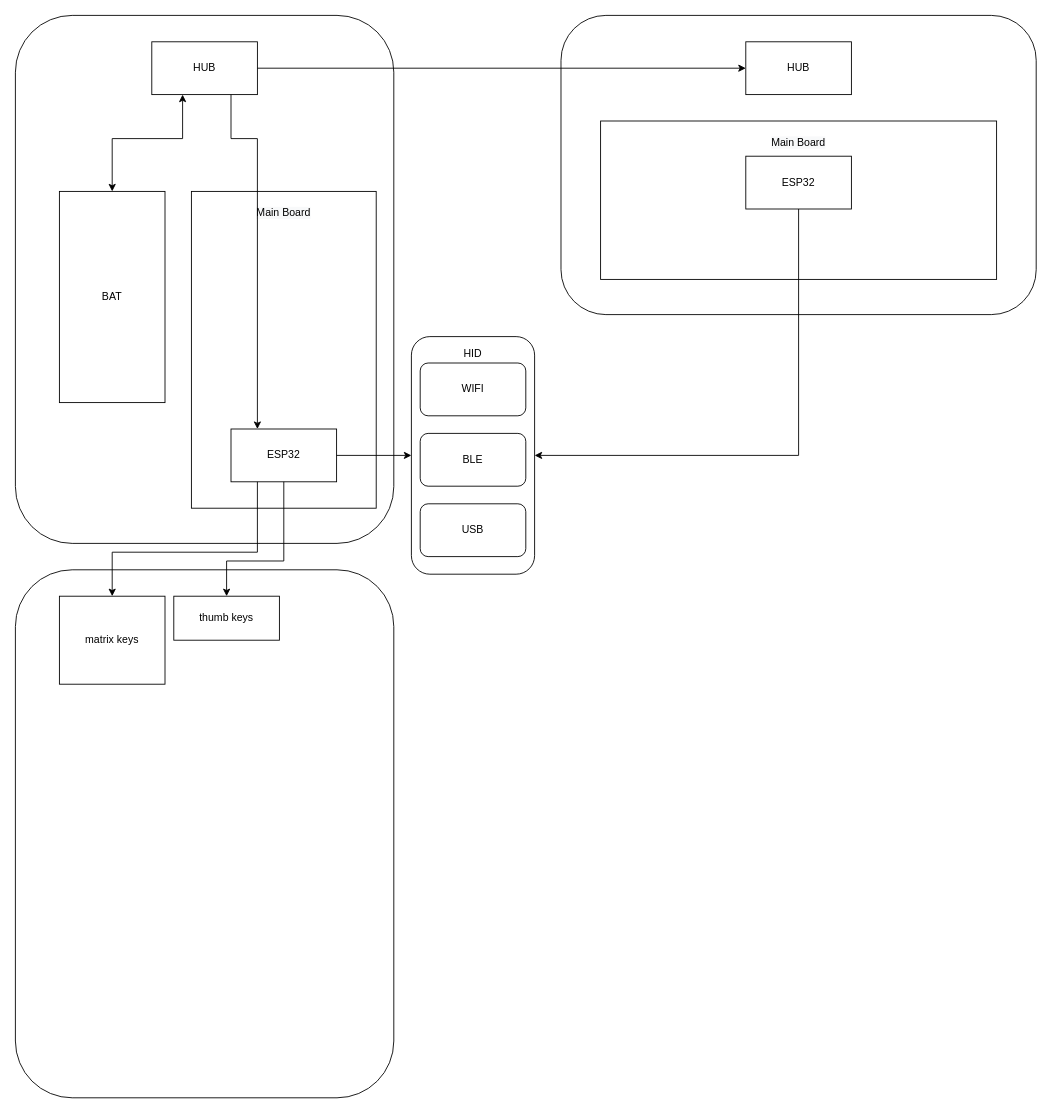
Before: MMKeyboard.drawio in XiaoLiuAI/diagrams, a draw.io diagram. Source tidied: cells renumbered, new cells numbered last; positions are measured from the earlier drawing's top-left corner, leaving out a move shared by most shapes. Both pictures are drawn from the tidied source at 88%, with x=0, y=0 at pixel (15, 15).
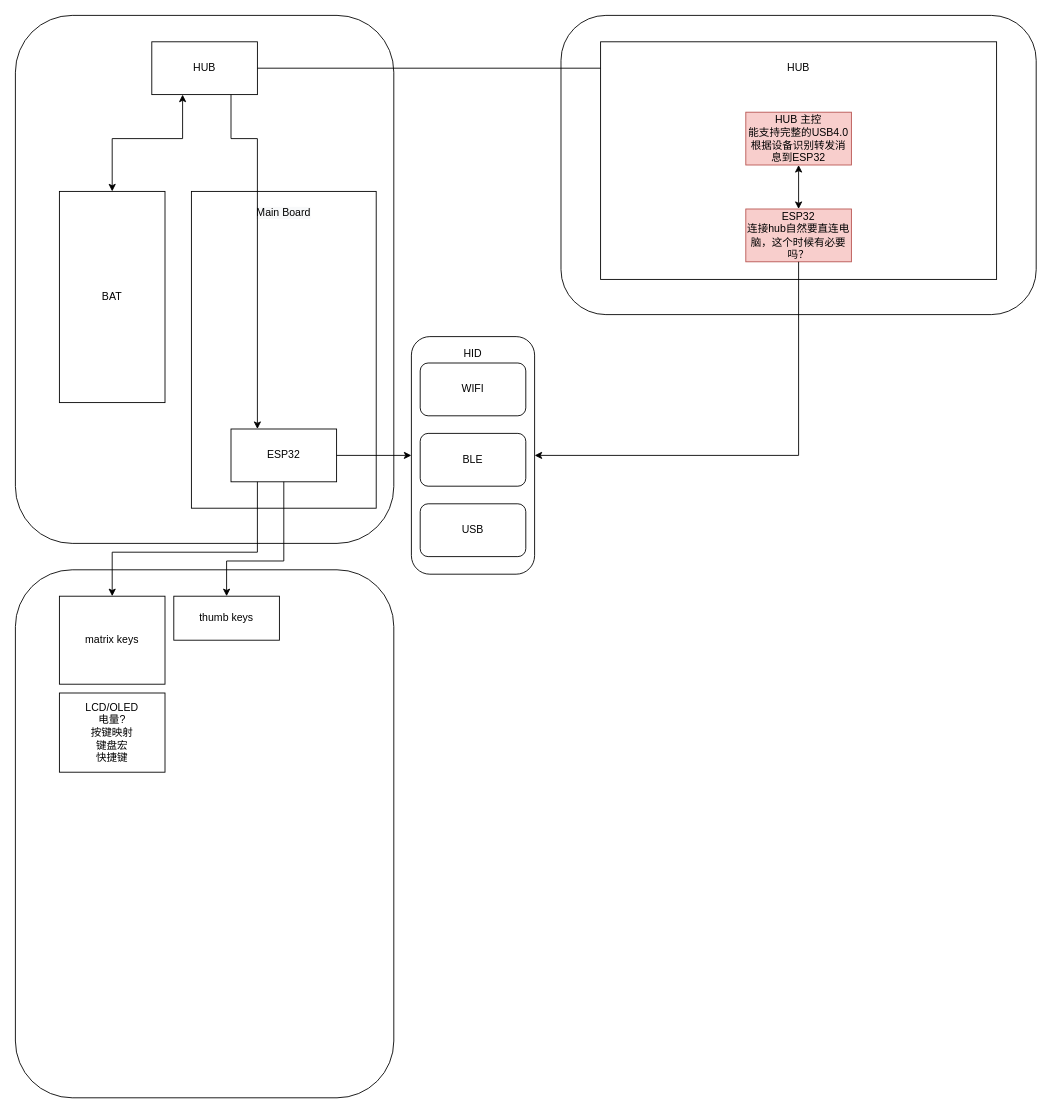
The same page after the edit.

The change refers to these unchanged cells:
```xml
<mxCell id="4" value="HUB" style="rounded=0;whiteSpace=wrap;html=1;" parent="1" vertex="1">
  <mxGeometry x="155" y="30" width="120" height="60" as="geometry" />
</mxCell>
```

Diff of the diagram source:
```diff
@@
-    <mxCell id="24" value="HUB" style="rounded=0;whiteSpace=wrap;html=1;" parent="1" vertex="1">
-      <mxGeometry x="830" y="30" width="120" height="60" as="geometry" />
-    </mxCell>
-    <mxCell id="25" style="endArrow=classic;html=1;rounded=0;exitX=1;exitY=0.5;exitDx=0;exitDy=0;entryX=0;entryY=0.5;entryDx=0;entryDy=0;" parent="1" edge="1" source="4" target="24">
-      <mxGeometry relative="1" as="geometry" />
+    <mxCell id="25" style="endArrow=classic;html=1;rounded=0;exitX=1;exitY=0.5;exitDx=0;exitDy=0;entryX=0;entryY=0.5;entryDx=0;entryDy=0;" parent="1" edge="1" source="4">
+      <mxGeometry relative="1" as="geometry">
+        <mxPoint x="830" y="60" as="targetPoint" />
+      </mxGeometry>
     </mxCell>
     <mxCell id="26" style="rounded=0;whiteSpace=wrap;html=1;" parent="1" vertex="1">
-      <mxGeometry x="665" y="120" width="450" height="180" as="geometry" />
+      <mxGeometry x="665" y="30" width="450" height="270" as="geometry" />
     </mxCell>
+    <mxCell id="30" style="edgeStyle=orthogonalEdgeStyle;rounded=0;jettySize=auto;html=1;startArrow=classic;startFill=1;exitX=0.5;exitY=1;exitDx=0;exitDy=0;" parent="1" edge="1" source="31" target="28">
+      <mxGeometry relative="1" as="geometry" />
+    </mxCell>
-    <mxCell id="27" value="&lt;span style=&quot;color: rgb(0, 0, 0); font-family: Helvetica; font-size: 12px; font-style: normal; font-variant-ligatures: normal; font-variant-caps: normal; font-weight: 400; letter-spacing: normal; orphans: 2; text-align: center; text-indent: 0px; text-transform: none; widows: 2; word-spacing: 0px; -webkit-text-stroke-width: 0px; background-color: rgb(248, 249, 250); text-decoration-thickness: initial; text-decoration-style: initial; text-decoration-color: initial; float: none; display: inline !important;&quot;&gt;Main Board&lt;/span&gt;" style="text;html=1;strokeColor=none;fillColor=none;align=center;verticalAlign=middle;whiteSpace=wrap;rounded=0;" parent="1" vertex="1">
-      <mxGeometry x="840" y="130" width="100" height="30" as="geometry" />
+    <mxCell id="27" value="HUB" style="text;html=1;strokeColor=none;fillColor=none;align=center;verticalAlign=middle;whiteSpace=wrap;rounded=0;" parent="1" vertex="1">
+      <mxGeometry x="840" y="45" width="100" height="30" as="geometry" />
     </mxCell>
-    <mxCell id="28" value="ESP32" style="rounded=0;whiteSpace=wrap;html=1;" parent="1" vertex="1">
-      <mxGeometry x="830" y="160" width="120" height="60" as="geometry" />
+    <mxCell id="28" value="ESP32&lt;br&gt;连接hub自然要直连电脑，这个时候有必要吗？" style="rounded=0;whiteSpace=wrap;html=1;strokeColor=#b85450;fillColor=#f8cecc;" parent="1" vertex="1">
+      <mxGeometry x="830" y="220" width="120" height="60" as="geometry" />
     </mxCell>
@@
+    <mxCell id="31" value="HUB 主控&lt;br&gt;能支持完整的USB4.0&lt;br&gt;根据设备识别转发消息到ESP32" style="rounded=0;whiteSpace=wrap;html=1;strokeColor=#b85450;fillColor=#f8cecc;" parent="1" vertex="1">
+      <mxGeometry x="830" y="110" width="120" height="60" as="geometry" />
+    </mxCell>
+    <mxCell id="32" value="LCD/OLED&lt;br&gt;电量?&lt;br&gt;按键映射&lt;br&gt;键盘宏&lt;br&gt;快捷键&lt;br&gt;" style="rounded=0;whiteSpace=wrap;html=1;strokeColor=#000000;" parent="1" vertex="1">
+      <mxGeometry x="50" y="770" width="120" height="90" as="geometry" />
+    </mxCell>
```
